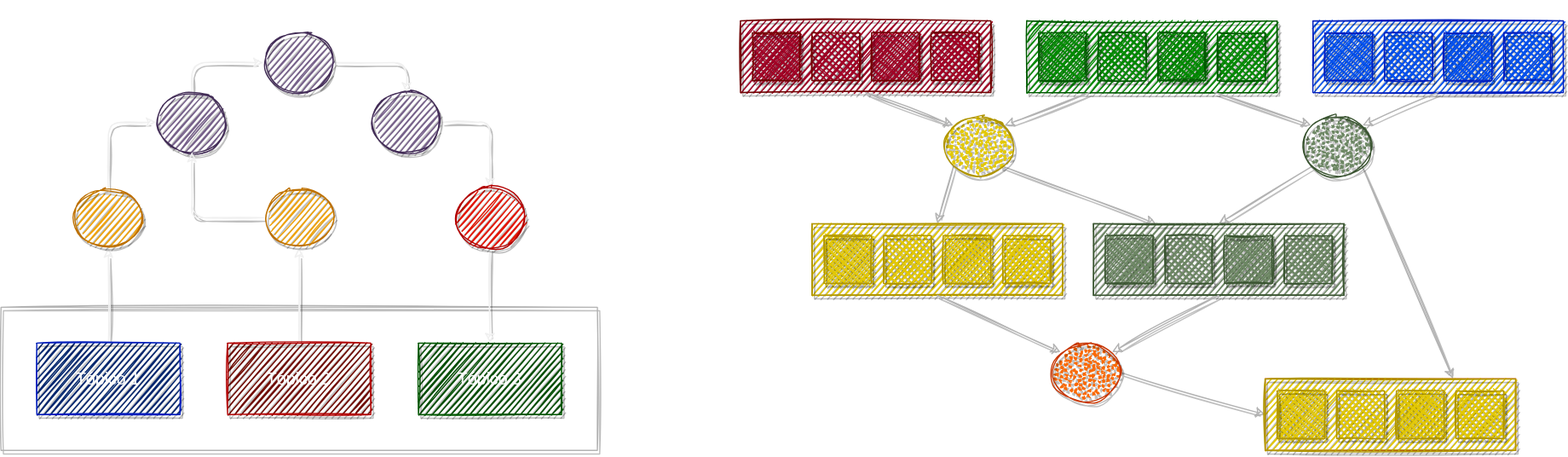
This is imagens/streams.drawio.svg from ermogenes/apache-kafka-introducao-ao-ecossistema, a draw.io export, as it was before one commit. Source tidied: cells renumbered, new cells last; positions are measured from the earlier drawing's top-left corner, leaving out a move shared by most shapes.
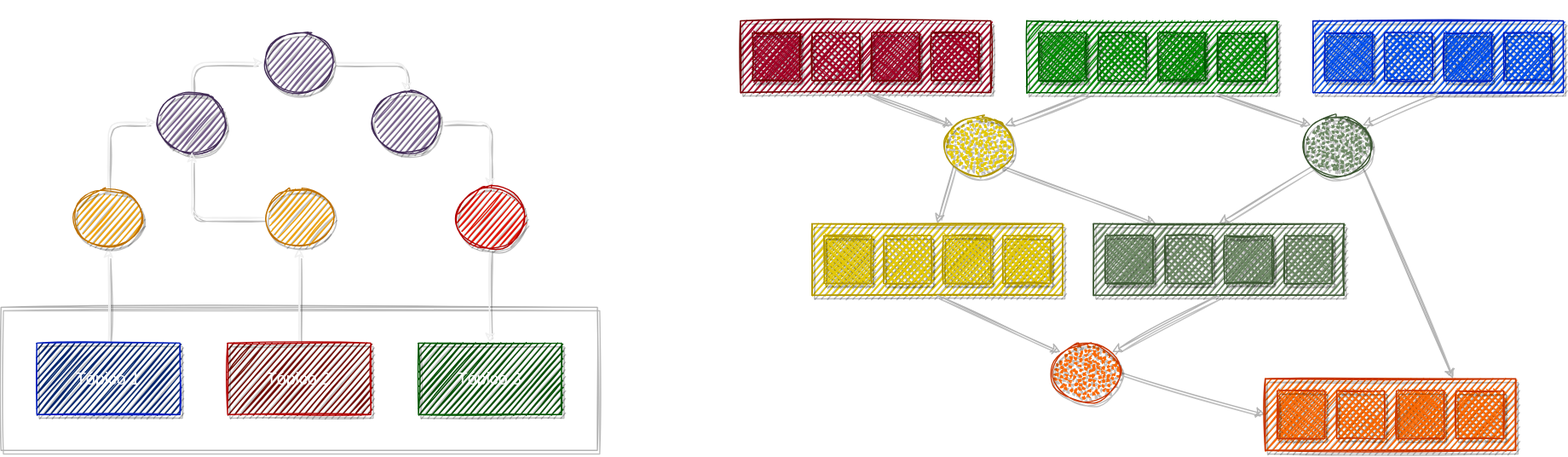
After the commit.

What changed in the source:
```diff
@@ -190,19 +190,19 @@
     <mxCell id="60" style="group;strokeColor=#C73500;fontColor=#000000;" parent="1" vertex="1">
       <mxGeometry x="1060" y="305" width="210" height="60" as="geometry" />
     </mxCell>
-    <mxCell id="61" style="rounded=0;whiteSpace=wrap;html=1;strokeColor=#B09500;fontColor=#000000;sketch=1;shadow=1;fontSize=14;fillColor=#e3c800;" parent="60" vertex="1">
+    <mxCell id="61" style="rounded=0;whiteSpace=wrap;html=1;strokeColor=#C73500;fontColor=#000000;sketch=1;shadow=1;fontSize=14;fillColor=#fa6800;" parent="60" vertex="1">
       <mxGeometry width="210" height="60" as="geometry" />
     </mxCell>
-    <mxCell id="62" style="rounded=0;whiteSpace=wrap;html=1;strokeColor=#B09500;fontColor=#000000;sketch=1;shadow=1;fontSize=14;fillColor=#e3c800;fillStyle=cross-hatch;" parent="60" vertex="1">
+    <mxCell id="62" style="rounded=0;whiteSpace=wrap;html=1;strokeColor=#C73500;fontColor=#000000;sketch=1;shadow=1;fontSize=14;fillColor=#fa6800;fillStyle=cross-hatch;" parent="60" vertex="1">
       <mxGeometry x="10" y="10" width="40" height="40" as="geometry" />
     </mxCell>
-    <mxCell id="63" style="rounded=0;whiteSpace=wrap;html=1;strokeColor=#B09500;fontColor=#000000;sketch=1;shadow=1;fontSize=14;fillColor=#e3c800;fillStyle=cross-hatch;" parent="60" vertex="1">
+    <mxCell id="63" style="rounded=0;whiteSpace=wrap;html=1;strokeColor=#C73500;fontColor=#000000;sketch=1;shadow=1;fontSize=14;fillColor=#fa6800;fillStyle=cross-hatch;" parent="60" vertex="1">
       <mxGeometry x="60" y="10" width="40" height="40" as="geometry" />
     </mxCell>
-    <mxCell id="64" style="rounded=0;whiteSpace=wrap;html=1;strokeColor=#B09500;fontColor=#000000;sketch=1;shadow=1;fontSize=14;fillColor=#e3c800;fillStyle=cross-hatch;" parent="60" vertex="1">
+    <mxCell id="64" style="rounded=0;whiteSpace=wrap;html=1;strokeColor=#C73500;fontColor=#000000;sketch=1;shadow=1;fontSize=14;fillColor=#fa6800;fillStyle=cross-hatch;" parent="60" vertex="1">
       <mxGeometry x="110" y="10" width="40" height="40" as="geometry" />
     </mxCell>
-    <mxCell id="65" style="rounded=0;whiteSpace=wrap;html=1;strokeColor=#B09500;fontColor=#000000;sketch=1;shadow=1;fontSize=14;fillColor=#e3c800;fillStyle=cross-hatch;" parent="60" vertex="1">
+    <mxCell id="65" style="rounded=0;whiteSpace=wrap;html=1;strokeColor=#C73500;fontColor=#000000;sketch=1;shadow=1;fontSize=14;fillColor=#fa6800;fillStyle=cross-hatch;" parent="60" vertex="1">
       <mxGeometry x="160" y="10" width="40" height="40" as="geometry" />
     </mxCell>
     <mxCell id="66" style="edgeStyle=none;rounded=0;orthogonalLoop=1;jettySize=auto;html=1;exitX=0.5;exitY=0;exitDx=0;exitDy=0;" parent="60" edge="1" source="61" target="61">
```
